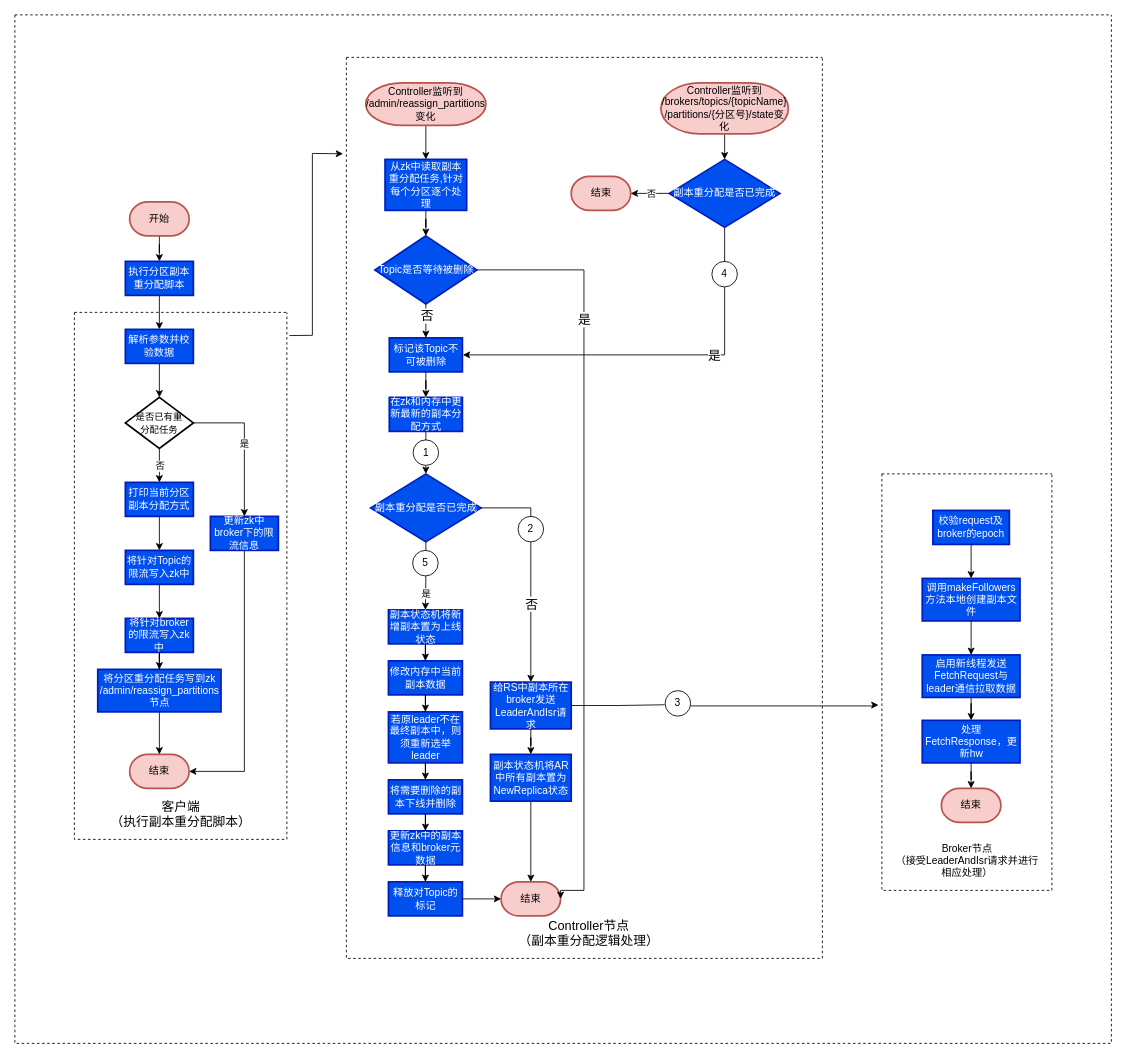
kingdomrushing/hello-world keeps this draw.io diagram as Kafka副本重分配流程图.drawio. Above is the earlier version. Source tidied: cells renumbered, new cells numbered last; positions are measured from the earlier drawing's top-left corner, leaving out a move shared by most shapes. Both pictures are drawn from the tidied source at 85%, with x=0, y=0 at pixel (14, 14).
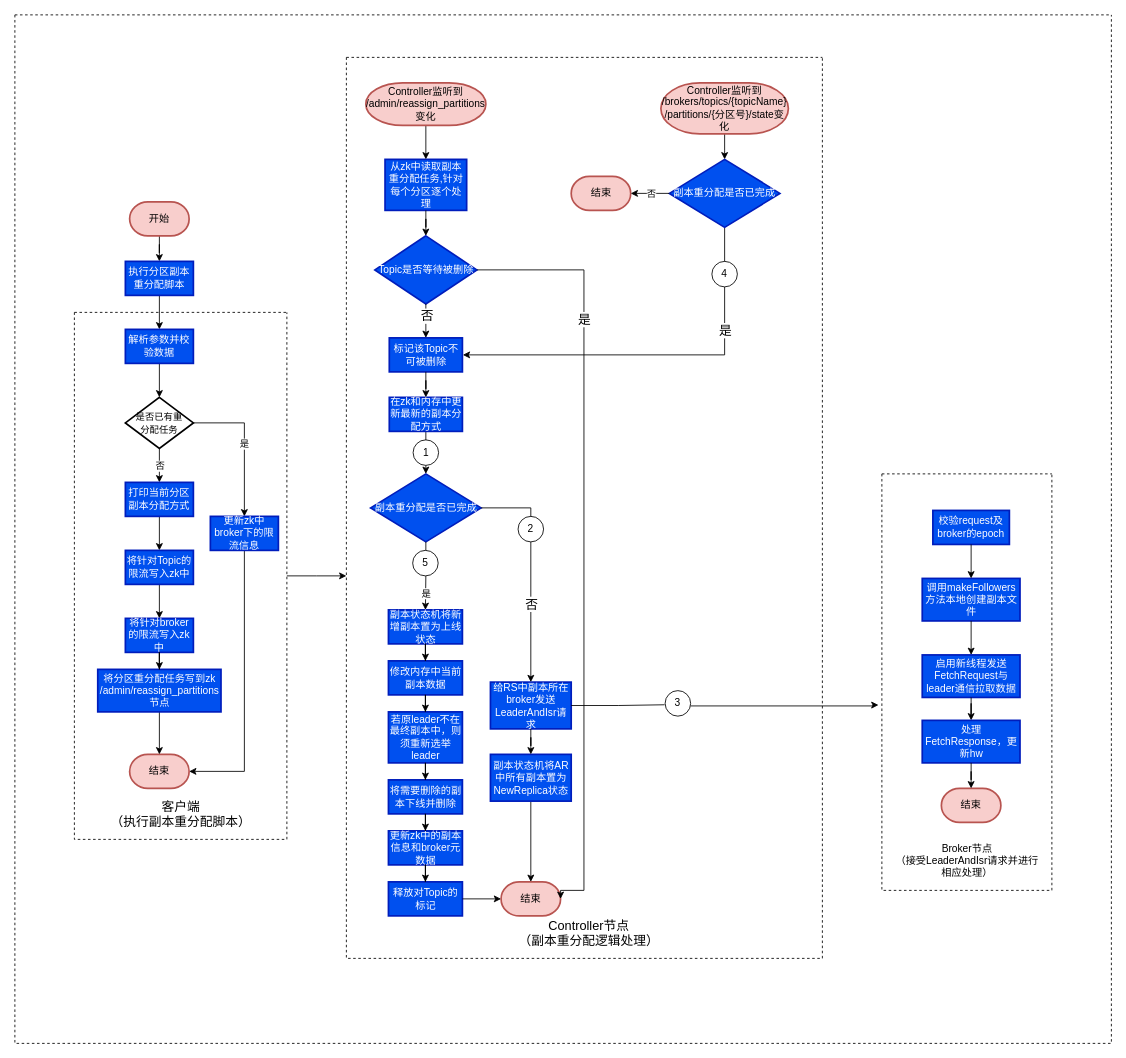
The same page after the edit.

Commit message:
更新Kafka副本重分配流程图.drawio

The change refers to these unchanged cells:
```xml
<mxCell id="18" style="swimlane;startSize=0;fontSize=11;fillColor=#007FFF;dashed=1;" parent="1" vertex="1">
  <mxGeometry x="70" y="350" width="250" height="620" as="geometry" />
</mxCell>
<mxCell id="67" style="swimlane;startSize=0;dashed=1;fontSize=15;fillColor=#007FFF;" parent="26" vertex="1">
  <mxGeometry width="560" height="1060" as="geometry" />
</mxCell>
<mxCell id="70" style="edgeStyle=orthogonalEdgeStyle;rounded=0;jettySize=auto;html=1;fontSize=15;" parent="67" edge="1" source="72">
  <mxGeometry relative="1" as="geometry">
    <mxPoint x="137" y="350" as="targetPoint" />
    <Array as="points">
      <mxPoint x="445" y="350" />
      <mxPoint x="137" y="350" />
    </Array>
  </mxGeometry>
</mxCell>
```

Diff of the diagram source:
```diff
@@
+    <mxCell id="96" style="edgeStyle=orthogonalEdgeStyle;rounded=0;jettySize=auto;html=1;" parent="1" edge="1" source="18">
+      <mxGeometry relative="1" as="geometry">
+        <mxPoint x="390" y="660" as="targetPoint" />
+      </mxGeometry>
+    </mxCell>
@@
     <mxCell id="71" value="是" style="edgeLabel;html=1;align=center;verticalAlign=middle;fontSize=15;" parent="70" vertex="1">
-      <mxGeometry x="-0.29" relative="1" as="geometry" />
+      <mxGeometry x="-0.29" relative="1" as="geometry">
+        <mxPoint x="13" y="-30" as="offset" />
+      </mxGeometry>
     </mxCell>
@@
-    <mxCell id="77" style="endArrow=classic;html=1;rounded=0;fontSize=15;exitX=1.012;exitY=0.044;exitDx=0;exitDy=0;exitPerimeter=0;entryX=-0.007;entryY=0.107;entryDx=0;entryDy=0;entryPerimeter=0;" parent="1" edge="1" source="18" target="67">
-      <mxGeometry relative="1" as="geometry">
-        <Array as="points">
-          <mxPoint x="350" y="377" />
-          <mxPoint x="350" y="163" />
-        </Array>
-      </mxGeometry>
-    </mxCell>
```
